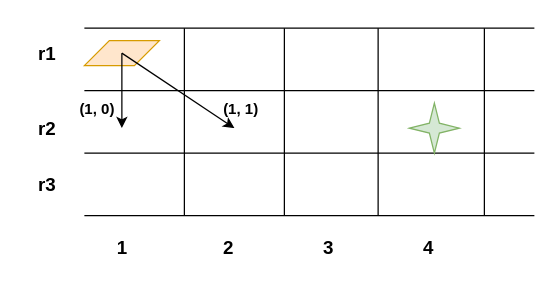
FlyingFish760/Risk_LTL_Planning keeps this draw.io diagram as 3 route.drawio. Above is the earlier version. Source tidied: cells renumbered, new cells numbered last; positions are measured from the earlier drawing's top-left corner, leaving out a move shared by most shapes. Both pictures are drawn from the tidied source at 125%, with x=0, y=0 at pixel (21, 28).
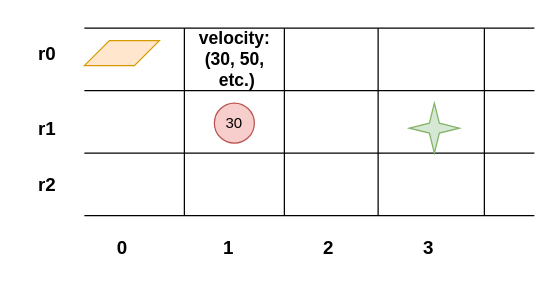
The same page after the edit.

What changed in the source:
```diff
@@
-    <mxCell id="8" value="&lt;font&gt;&lt;b&gt;r1&lt;/b&gt;&lt;/font&gt;" style="text;html=1;align=center;verticalAlign=middle;strokeColor=none;fillColor=none;fontSize=15;" parent="1" vertex="1">
+    <mxCell id="8" value="&lt;font&gt;&lt;b&gt;r0&lt;/b&gt;&lt;/font&gt;" style="text;html=1;align=center;verticalAlign=middle;strokeColor=none;fillColor=none;fontSize=15;" parent="1" vertex="1">
       <mxGeometry y="5" width="40" height="30" as="geometry" />
     </mxCell>
-    <mxCell id="9" value="&lt;font&gt;&lt;b&gt;r3&lt;/b&gt;&lt;/font&gt;" style="text;html=1;align=center;verticalAlign=middle;strokeColor=none;fillColor=none;fontSize=15;" parent="1" vertex="1">
+    <mxCell id="9" value="&lt;font&gt;&lt;b&gt;r2&lt;/b&gt;&lt;/font&gt;" style="text;html=1;align=center;verticalAlign=middle;strokeColor=none;fillColor=none;fontSize=15;" parent="1" vertex="1">
       <mxGeometry y="110" width="40" height="30" as="geometry" />
     </mxCell>
-    <mxCell id="10" value="&lt;font&gt;&lt;b&gt;r2&lt;/b&gt;&lt;/font&gt;" style="text;html=1;align=center;verticalAlign=middle;strokeColor=none;fillColor=none;fontSize=15;" parent="1" vertex="1">
+    <mxCell id="10" value="&lt;font&gt;&lt;b&gt;r1&lt;/b&gt;&lt;/font&gt;" style="text;html=1;align=center;verticalAlign=middle;strokeColor=none;fillColor=none;fontSize=15;" parent="1" vertex="1">
       <mxGeometry y="65" width="40" height="30" as="geometry" />
     </mxCell>
@@
-    <mxCell id="15" value="&lt;font&gt;&lt;b&gt;1&lt;/b&gt;&lt;/font&gt;" style="text;html=1;align=center;verticalAlign=middle;strokeColor=none;fillColor=none;fontSize=15;" parent="1" vertex="1">
+    <mxCell id="15" value="&lt;b&gt;0&lt;/b&gt;" style="text;html=1;align=center;verticalAlign=middle;strokeColor=none;fillColor=none;fontSize=15;" parent="1" vertex="1">
       <mxGeometry x="65" y="160" width="30" height="30" as="geometry" />
     </mxCell>
-    <mxCell id="16" value="&lt;b&gt;2&lt;/b&gt;" style="text;html=1;align=center;verticalAlign=middle;strokeColor=none;fillColor=none;fontSize=15;" parent="1" vertex="1">
+    <mxCell id="16" value="&lt;b&gt;1&lt;/b&gt;" style="text;html=1;align=center;verticalAlign=middle;strokeColor=none;fillColor=none;fontSize=15;" parent="1" vertex="1">
       <mxGeometry x="150" y="160" width="30" height="30" as="geometry" />
     </mxCell>
-    <mxCell id="17" value="&lt;b&gt;3&lt;/b&gt;" style="text;html=1;align=center;verticalAlign=middle;strokeColor=none;fillColor=none;fontSize=15;" parent="1" vertex="1">
+    <mxCell id="17" value="&lt;b&gt;2&lt;/b&gt;" style="text;html=1;align=center;verticalAlign=middle;strokeColor=none;fillColor=none;fontSize=15;" parent="1" vertex="1">
       <mxGeometry x="230" y="160" width="30" height="30" as="geometry" />
     </mxCell>
-    <mxCell id="18" value="&lt;b&gt;4&lt;/b&gt;" style="text;html=1;align=center;verticalAlign=middle;strokeColor=none;fillColor=none;fontSize=15;" parent="1" vertex="1">
+    <mxCell id="18" value="&lt;b&gt;3&lt;/b&gt;" style="text;html=1;align=center;verticalAlign=middle;strokeColor=none;fillColor=none;fontSize=15;" parent="1" vertex="1">
       <mxGeometry x="310" y="160" width="30" height="30" as="geometry" />
     </mxCell>
-    <mxCell id="19" style="endArrow=classic;html=1;rounded=0;" parent="1" edge="1">
-      <mxGeometry relative="1" as="geometry">
-        <mxPoint x="80" y="20" as="sourcePoint" />
-        <mxPoint x="80" y="80" as="targetPoint" />
-      </mxGeometry>
-    </mxCell>
-    <mxCell id="20" value="&lt;b&gt;(1, 0)&lt;/b&gt;" style="text;html=1;align=center;verticalAlign=middle;strokeColor=none;fillColor=none;" parent="1" vertex="1">
-      <mxGeometry x="35" y="50" width="50" height="30" as="geometry" />
-    </mxCell>
-    <mxCell id="21" style="endArrow=classic;html=1;rounded=0;" parent="1" edge="1">
-      <mxGeometry relative="1" as="geometry">
-        <mxPoint x="80" y="20" as="sourcePoint" />
-        <mxPoint x="170" y="80" as="targetPoint" />
-      </mxGeometry>
-    </mxCell>
-    <mxCell id="22" value="&lt;b&gt;(1, 1)&lt;/b&gt;" style="text;html=1;align=center;verticalAlign=middle;strokeColor=none;fillColor=none;" parent="1" vertex="1">
-      <mxGeometry x="150" y="50" width="50" height="30" as="geometry" />
-    </mxCell>
+    <mxCell id="23" value="&lt;font&gt;&lt;b&gt;velocity:&lt;/b&gt;&lt;/font&gt;&lt;div&gt;&lt;font&gt;&lt;b&gt;(30, 50,&lt;/b&gt;&lt;/font&gt;&lt;div&gt;&lt;font&gt;&lt;b&gt;&amp;nbsp;etc.)&lt;/b&gt;&lt;/font&gt;&lt;/div&gt;&lt;/div&gt;" style="text;html=1;align=center;verticalAlign=middle;strokeColor=none;fillColor=none;fontSize=14;" parent="1" vertex="1">
+      <mxGeometry x="130" y="-5" width="80" height="60" as="geometry" />
+    </mxCell>
+    <mxCell id="24" value="30" style="ellipse;whiteSpace=wrap;html=1;fillColor=#f8cecc;strokeColor=#b85450;" parent="1" vertex="1">
+      <mxGeometry x="154" y="60" width="32" height="32" as="geometry" />
+    </mxCell>
```
